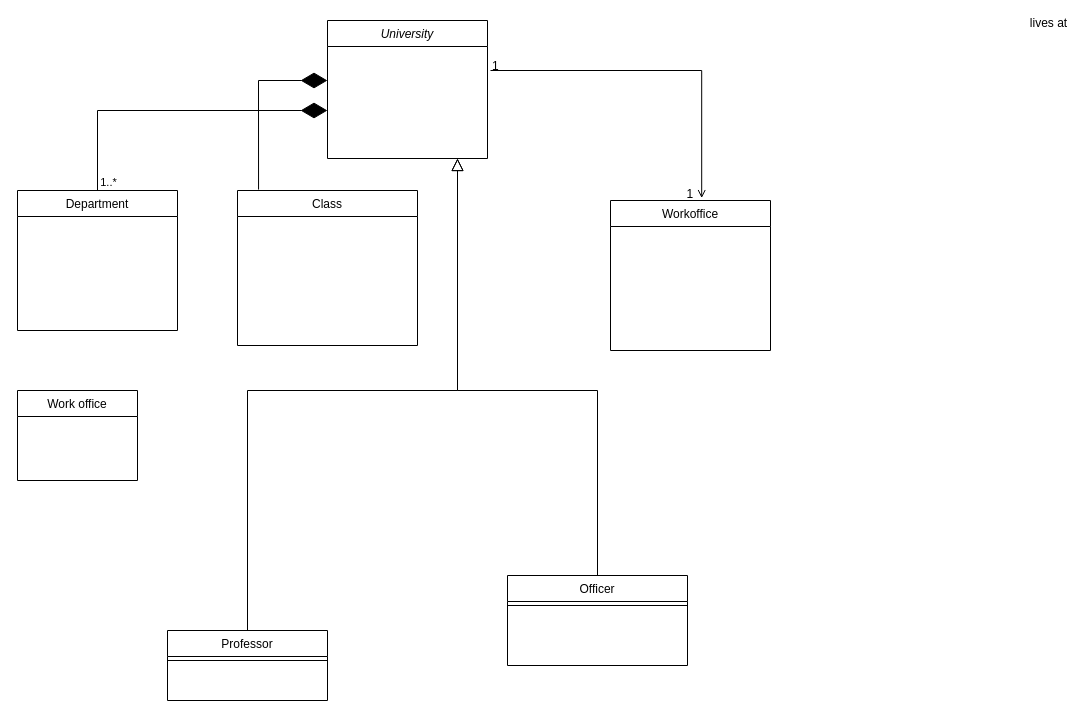
tgbirmak/Nesne-Y-nelimli-Programlama keeps this draw.io diagram as Untitled Diagram.drawio. Above is the earlier version. Source tidied: cells renumbered, new cells numbered last; positions are measured from the earlier drawing's top-left corner, leaving out a move shared by most shapes. Both pictures are drawn from the tidied source at 100%, with x=0, y=0 at pixel (17, 20).
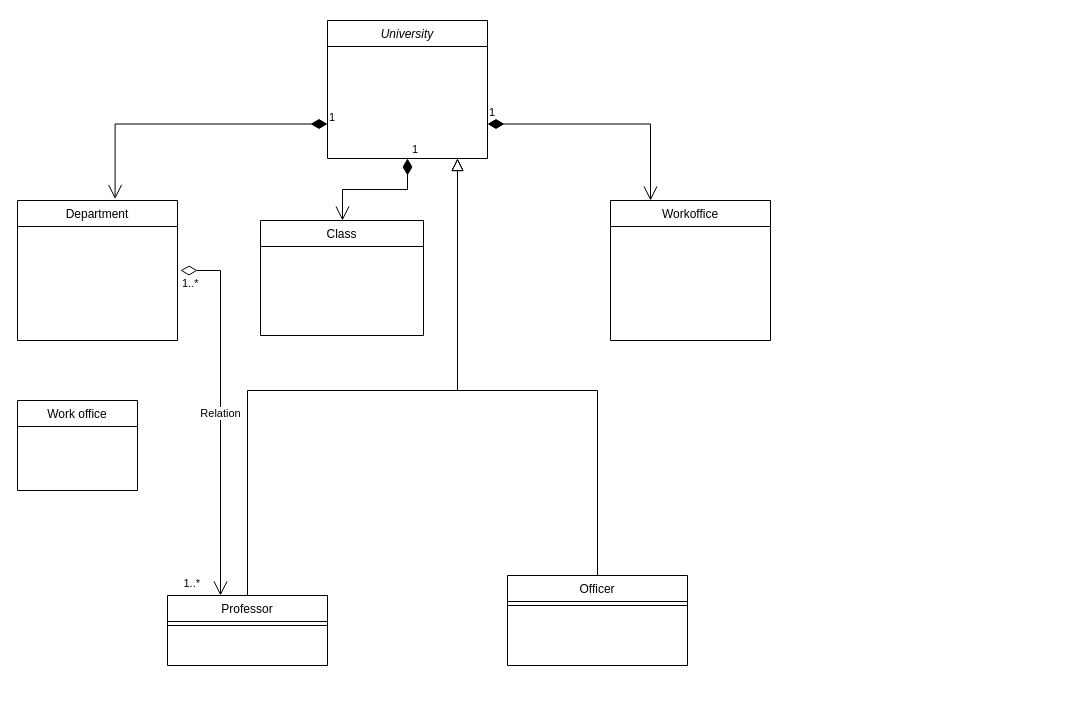
After the change.

Commit message:
Update Univesity Management Diagram2

Unchanged cells that the change refers to:
```xml
<mxCell id="2" value="University" style="swimlane;fontStyle=2;align=center;verticalAlign=top;horizontal=1;startSize=26;rounded=0;shadow=0;strokeWidth=1;" parent="1" vertex="1">
  <mxGeometry x="310" width="160" height="138" as="geometry" />
</mxCell>
```

Change to the diagram source:
```diff
@@
     <mxCell id="6" value="Professor" style="swimlane;fontStyle=0;align=center;verticalAlign=top;horizontal=1;startSize=26;rounded=0;shadow=0;strokeWidth=1;" parent="1" vertex="1">
-      <mxGeometry x="150" y="610" width="160" height="70" as="geometry" />
+      <mxGeometry x="150" y="575" width="160" height="70" as="geometry" />
     </mxCell>
@@
     <mxCell id="9" value="Workoffice" style="swimlane;fontStyle=0;align=center;verticalAlign=top;horizontal=1;startSize=26;rounded=0;shadow=0;strokeWidth=1;" parent="1" vertex="1">
-      <mxGeometry x="593" y="180" width="160" height="150" as="geometry" />
+      <mxGeometry x="593" y="180" width="160" height="140" as="geometry" />
     </mxCell>
-    <mxCell id="10" style="endArrow=open;shadow=0;strokeWidth=1;rounded=0;endFill=1;edgeStyle=elbowEdgeStyle;elbow=vertical;entryX=0.57;entryY=-0.016;entryDx=0;entryDy=0;entryPerimeter=0;" parent="1" edge="1" target="9">
-      <mxGeometry x="0.5" y="41" relative="1" as="geometry">
-        <mxPoint x="473" y="50" as="sourcePoint" />
-        <Array as="points">
-          <mxPoint x="623" y="50" />
-        </Array>
-        <mxPoint x="-40" y="32" as="offset" />
-      </mxGeometry>
-    </mxCell>
-    <mxCell id="11" value="1" style="align=left;verticalAlign=bottom;labelBackgroundColor=none;fontSize=12;direction=west;" parent="10" vertex="1">
-      <mxGeometry x="-1" relative="1" as="geometry">
-        <mxPoint y="4" as="offset" />
-      </mxGeometry>
-    </mxCell>
-    <mxCell id="12" value="1" style="align=right;verticalAlign=bottom;labelBackgroundColor=none;fontSize=12;" parent="10" vertex="1">
-      <mxGeometry x="1" relative="1" as="geometry">
-        <mxPoint x="-7" y="4" as="offset" />
-      </mxGeometry>
-    </mxCell>
-    <mxCell id="13" value="lives at" style="text;html=1;align=center;verticalAlign=middle;labelBackgroundColor=none;rounded=0;shadow=0;strokeWidth=1;fontSize=12;" parent="10" vertex="1">
-      <mxGeometry x="0.5" y="49" relative="1" as="geometry">
-        <mxPoint x="297" y="-90" as="offset" />
-      </mxGeometry>
-    </mxCell>
     <mxCell id="14" value="Department" style="swimlane;fontStyle=0;align=center;verticalAlign=top;horizontal=1;startSize=26;rounded=0;shadow=0;strokeWidth=1;" parent="1" vertex="1">
-      <mxGeometry y="170" width="160" height="140" as="geometry" />
+      <mxGeometry y="180" width="160" height="140" as="geometry" />
     </mxCell>
     <mxCell id="15" value="Work office" style="swimlane;fontStyle=0;align=center;verticalAlign=top;horizontal=1;startSize=26;rounded=0;shadow=0;strokeWidth=1;" parent="1" vertex="1">
-      <mxGeometry y="370" width="120" height="90" as="geometry" />
+      <mxGeometry y="380" width="120" height="90" as="geometry" />
     </mxCell>
     <mxCell id="16" value="Class" style="swimlane;fontStyle=0;align=center;verticalAlign=top;horizontal=1;startSize=26;rounded=0;shadow=0;strokeWidth=1;" parent="1" vertex="1">
-      <mxGeometry x="220" y="170" width="180" height="155" as="geometry" />
+      <mxGeometry x="243" y="200" width="163" height="115" as="geometry" />
     </mxCell>
-    <mxCell id="17" style="endArrow=diamondThin;endFill=1;endSize=24;html=1;rounded=0;exitX=0.117;exitY=-0.006;exitDx=0;exitDy=0;exitPerimeter=0;" parent="1" edge="1" source="16">
-      <mxGeometry relative="1" as="geometry">
-        <mxPoint x="310" y="60" as="targetPoint" />
-        <Array as="points">
-          <mxPoint x="241" y="60" />
-        </Array>
-      </mxGeometry>
-    </mxCell>
-    <mxCell id="18" style="endArrow=diamondThin;endFill=1;endSize=24;html=1;rounded=0;exitX=0.5;exitY=0;exitDx=0;exitDy=0;" parent="1" edge="1" source="14">
-      <mxGeometry relative="1" as="geometry">
-        <mxPoint x="310" y="90" as="targetPoint" />
-        <Array as="points">
-          <mxPoint x="80" y="90" />
-        </Array>
-      </mxGeometry>
-    </mxCell>
-    <mxCell id="19" value="1..*" style="edgeLabel;html=1;align=center;verticalAlign=middle;" parent="18" vertex="1">
-      <mxGeometry x="-0.92" y="-1" relative="1" as="geometry">
-        <mxPoint x="9" y="3" as="offset" />
-      </mxGeometry>
-    </mxCell>
+    <mxCell id="20" value="1" style="endArrow=open;html=1;endSize=12;startArrow=diamondThin;startSize=14;startFill=1;edgeStyle=orthogonalEdgeStyle;align=left;verticalAlign=bottom;rounded=0;entryX=0.61;entryY=-0.011;entryDx=0;entryDy=0;entryPerimeter=0;exitX=0;exitY=0.75;exitDx=0;exitDy=0;" parent="1" edge="1" source="2" target="14">
+      <mxGeometry x="-1" y="3" relative="1" as="geometry" />
+    </mxCell>
+    <mxCell id="21" value="1" style="endArrow=open;html=1;endSize=12;startArrow=diamondThin;startSize=14;startFill=1;edgeStyle=orthogonalEdgeStyle;align=left;verticalAlign=bottom;rounded=0;exitX=0.5;exitY=1;exitDx=0;exitDy=0;" parent="1" edge="1" source="2" target="16">
+      <mxGeometry x="-1" y="3" relative="1" as="geometry">
+        <Array as="points">
+          <mxPoint x="390" y="169" />
+          <mxPoint x="325" y="169" />
+        </Array>
+      </mxGeometry>
+    </mxCell>
+    <mxCell id="22" value="1" style="endArrow=open;html=1;endSize=12;startArrow=diamondThin;startSize=14;startFill=1;edgeStyle=orthogonalEdgeStyle;align=left;verticalAlign=bottom;rounded=0;exitX=1;exitY=0.75;exitDx=0;exitDy=0;entryX=0.25;entryY=0;entryDx=0;entryDy=0;" parent="1" edge="1" source="2" target="9">
+      <mxGeometry x="-1" y="3" relative="1" as="geometry" />
+    </mxCell>
+    <mxCell id="23" value="Relation" style="endArrow=open;html=1;endSize=12;startArrow=diamondThin;startSize=14;startFill=0;edgeStyle=orthogonalEdgeStyle;rounded=0;" parent="1" edge="1" target="6">
+      <mxGeometry relative="1" as="geometry">
+        <mxPoint x="163" y="250" as="sourcePoint" />
+        <Array as="points">
+          <mxPoint x="203" y="250" />
+        </Array>
+      </mxGeometry>
+    </mxCell>
+    <mxCell id="24" value="1..*" style="edgeLabel;html=1;align=left;verticalAlign=top;" parent="23" vertex="1">
+      <mxGeometry x="-1" relative="1" as="geometry" />
+    </mxCell>
+    <mxCell id="25" value="1..*" style="edgeLabel;html=1;align=right;verticalAlign=top;" parent="23" vertex="1">
+      <mxGeometry x="1" relative="1" as="geometry">
+        <mxPoint x="-20" y="-25" as="offset" />
+      </mxGeometry>
+    </mxCell>
```
